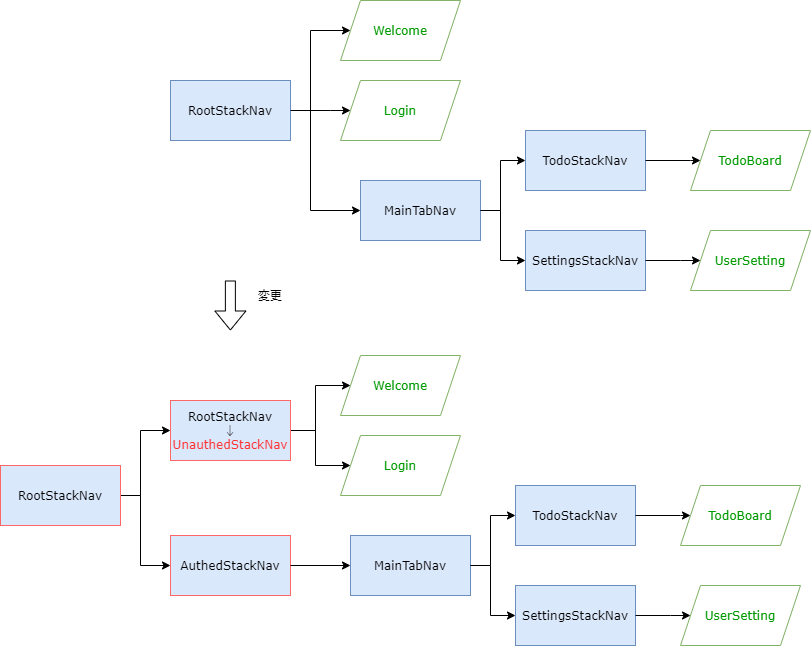
The draw.io diagram docs/react-native/learn/todo-app/app-hands-on/auth_flows.png in ws-4020/mobile-app-crib-notes, before a commit. Source tidied: cells renumbered, new cells last; positions are measured from the earlier drawing's top-left corner, leaving out a move shared by most shapes.
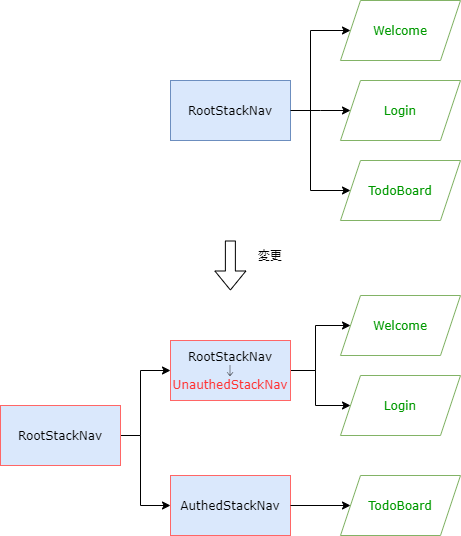
After the commit.

Change to the diagram source:
```diff
@@ -36,147 +36,64 @@
     <mxCell id="9" value="AuthedStackNav" style="rounded=0;whiteSpace=wrap;html=1;fillColor=#dae8fc;fontFamily=Verdana;strokeColor=#FF6666;" parent="1" vertex="1">
       <mxGeometry x="170" y="535" width="120" height="60" as="geometry" />
     </mxCell>
-    <mxCell id="10" style="edgeStyle=orthogonalEdgeStyle;rounded=0;jettySize=auto;html=1;fontFamily=Garamond;exitX=1;exitY=0.5;exitDx=0;exitDy=0;entryX=0;entryY=0.5;entryDx=0;entryDy=0;" parent="1" edge="1" source="9" target="30">
-      <mxGeometry relative="1" as="geometry" />
+    <mxCell id="10" style="edgeStyle=orthogonalEdgeStyle;rounded=0;jettySize=auto;html=1;fontFamily=Garamond;exitX=1;exitY=0.5;exitDx=0;exitDy=0;entryX=0;entryY=0.5;entryDx=0;entryDy=0;" parent="1" edge="1" source="9">
+      <mxGeometry relative="1" as="geometry">
+        <mxPoint x="350" y="565" as="targetPoint" />
+      </mxGeometry>
     </mxCell>
     <mxCell id="11" value="&lt;font color=&quot;#009900&quot;&gt;Login&lt;/font&gt;" style="shape=parallelogram;perimeter=parallelogramPerimeter;whiteSpace=wrap;html=1;fixedSize=1;strokeColor=#82b366;fillColor=#FFFFFF;fontFamily=Verdana;" parent="1" vertex="1">
       <mxGeometry x="340" y="435" width="120" height="60" as="geometry" />
     </mxCell>
     <mxCell id="12" style="shape=flexArrow;endArrow=classic;html=1;" parent="1" edge="1">
       <mxGeometry relative="1" as="geometry">
-        <mxPoint x="229.9" y="280" as="sourcePoint" />
-        <mxPoint x="229.9" y="330" as="targetPoint" />
+        <mxPoint x="229.9" y="300" as="sourcePoint" />
+        <mxPoint x="229.9" y="350" as="targetPoint" />
       </mxGeometry>
     </mxCell>
     <mxCell id="13" value="変更" style="text;html=1;strokeColor=none;fillColor=none;align=center;verticalAlign=middle;whiteSpace=wrap;rounded=0;" parent="1" vertex="1">
-      <mxGeometry x="250" y="285" width="40" height="20" as="geometry" />
+      <mxGeometry x="250" y="305" width="40" height="20" as="geometry" />
     </mxCell>
+    <mxCell id="35" value="&lt;font color=&quot;#009900&quot;&gt;TodoBoard&lt;/font&gt;" style="shape=parallelogram;perimeter=parallelogramPerimeter;whiteSpace=wrap;html=1;fixedSize=1;fillColor=#FFFFFF;fontFamily=Verdana;strokeColor=#82B366;" parent="1" vertex="1">
+      <mxGeometry x="340" y="535" width="120" height="60" as="geometry" />
+    </mxCell>
     <mxCell id="14" value="&lt;font color=&quot;#009900&quot;&gt;Welcome&lt;/font&gt;" style="shape=parallelogram;perimeter=parallelogramPerimeter;whiteSpace=wrap;html=1;fixedSize=1;strokeColor=#82b366;fillColor=#FFFFFF;fontFamily=Verdana;" parent="1" vertex="1">
-      <mxGeometry x="340" width="120" height="60" as="geometry" />
+      <mxGeometry x="340" y="60" width="120" height="60" as="geometry" />
     </mxCell>
-    <mxCell id="15" style="edgeStyle=orthogonalEdgeStyle;rounded=0;jettySize=auto;html=1;entryX=0;entryY=0.5;entryDx=0;entryDy=0;fontFamily=Garamond;" parent="1" edge="1" source="17" target="14">
-      <mxGeometry relative="1" as="geometry">
-        <Array as="points">
-          <mxPoint x="310" y="110" />
-          <mxPoint x="310" y="30" />
-        </Array>
-      </mxGeometry>
-    </mxCell>
-    <mxCell id="16" style="edgeStyle=orthogonalEdgeStyle;rounded=0;jettySize=auto;html=1;fontFamily=Garamond;entryX=0;entryY=0.5;entryDx=0;entryDy=0;" parent="1" edge="1" source="17" target="20">
-      <mxGeometry relative="1" as="geometry">
-        <Array as="points">
-          <mxPoint x="310" y="110" />
-          <mxPoint x="310" y="210" />
-        </Array>
-      </mxGeometry>
-    </mxCell>
+    <mxCell id="38" style="edgeStyle=orthogonalEdgeStyle;rounded=0;jettySize=auto;html=1;entryX=0;entryY=0.5;entryDx=0;entryDy=0;fontFamily=Garamond;" parent="1" edge="1" source="40" target="14">
+      <mxGeometry relative="1" as="geometry">
+        <Array as="points">
+          <mxPoint x="310" y="170" />
+          <mxPoint x="310" y="90" />
+        </Array>
+      </mxGeometry>
+    </mxCell>
+    <mxCell id="39" style="edgeStyle=orthogonalEdgeStyle;rounded=0;jettySize=auto;html=1;fontFamily=Garamond;entryX=0;entryY=0.5;entryDx=0;entryDy=0;" parent="1" edge="1" source="40" target="25">
+      <mxGeometry relative="1" as="geometry">
+        <Array as="points">
+          <mxPoint x="310" y="170" />
+          <mxPoint x="310" y="250" />
+        </Array>
+      </mxGeometry>
+    </mxCell>
+    <mxCell id="40" value="RootStackNav" style="rounded=0;whiteSpace=wrap;html=1;fontFamily=Garamond;fillColor=#dae8fc;strokeColor=#6C8EBF;" parent="1" vertex="1">
+      <mxGeometry x="170" y="140" width="120" height="60" as="geometry" />
+    </mxCell>
+    <mxCell id="25" value="&lt;font color=&quot;#009900&quot;&gt;TodoBoard&lt;/font&gt;" style="shape=parallelogram;perimeter=parallelogramPerimeter;whiteSpace=wrap;html=1;fixedSize=1;fillColor=#FFFFFF;fontFamily=Verdana;strokeColor=#82B366;" parent="1" vertex="1">
+      <mxGeometry x="340" y="220" width="120" height="60" as="geometry" />
+    </mxCell>
     <mxCell id="17" value="RootStackNav" style="rounded=0;whiteSpace=wrap;html=1;fontFamily=Verdana;fillColor=#dae8fc;strokeColor=#6C8EBF;" parent="1" vertex="1">
-      <mxGeometry x="170" y="80" width="120" height="60" as="geometry" />
+      <mxGeometry x="170" y="140" width="120" height="60" as="geometry" />
     </mxCell>
     <mxCell id="18" value="&lt;font color=&quot;#009900&quot;&gt;Login&lt;/font&gt;" style="shape=parallelogram;perimeter=parallelogramPerimeter;whiteSpace=wrap;html=1;fixedSize=1;strokeColor=#82b366;fillColor=#FFFFFF;fontFamily=Verdana;" parent="1" vertex="1">
-      <mxGeometry x="340" y="80" width="120" height="60" as="geometry" />
+      <mxGeometry x="340" y="140" width="120" height="60" as="geometry" />
     </mxCell>
-    <mxCell id="19" value="&lt;font color=&quot;#009900&quot;&gt;UserSetting&lt;/font&gt;" style="shape=parallelogram;perimeter=parallelogramPerimeter;whiteSpace=wrap;html=1;fixedSize=1;fillColor=#FFFFFF;fontFamily=Verdana;strokeColor=#82B366;" parent="1" vertex="1">
-      <mxGeometry x="690" y="230" width="120" height="60" as="geometry" />
-    </mxCell>
-    <mxCell id="20" value="MainTabNav" style="rounded=0;whiteSpace=wrap;html=1;fillColor=#dae8fc;fontFamily=Verdana;strokeColor=#6C8EBF;" parent="1" vertex="1">
-      <mxGeometry x="360" y="180" width="120" height="60" as="geometry" />
-    </mxCell>
-    <mxCell id="21" value="TodoStackNav" style="rounded=0;whiteSpace=wrap;html=1;fillColor=#dae8fc;fontFamily=Verdana;strokeColor=#6C8EBF;" parent="1" vertex="1">
-      <mxGeometry x="525" y="130" width="120" height="60" as="geometry" />
-    </mxCell>
-    <mxCell id="22" value="SettingsStackNav" style="rounded=0;whiteSpace=wrap;html=1;fillColor=#dae8fc;fontFamily=Verdana;strokeColor=#6C8EBF;" parent="1" vertex="1">
-      <mxGeometry x="525" y="230" width="120" height="60" as="geometry" />
-    </mxCell>
-    <mxCell id="23" style="edgeStyle=orthogonalEdgeStyle;rounded=0;jettySize=auto;html=1;fontFamily=Garamond;exitX=1;exitY=0.5;exitDx=0;exitDy=0;entryX=0;entryY=0.5;entryDx=0;entryDy=0;" parent="1" edge="1" source="20" target="21">
-      <mxGeometry relative="1" as="geometry">
-        <Array as="points">
-          <mxPoint x="500" y="210" />
-          <mxPoint x="500" y="160" />
-        </Array>
-      </mxGeometry>
-    </mxCell>
-    <mxCell id="24" style="edgeStyle=orthogonalEdgeStyle;rounded=0;jettySize=auto;html=1;fontFamily=Garamond;exitX=1;exitY=0.5;exitDx=0;exitDy=0;entryX=0;entryY=0.5;entryDx=0;entryDy=0;" parent="1" edge="1" source="20" target="22">
-      <mxGeometry relative="1" as="geometry">
-        <Array as="points">
-          <mxPoint x="500" y="210" />
-          <mxPoint x="500" y="260" />
-        </Array>
-      </mxGeometry>
-    </mxCell>
-    <mxCell id="25" value="&lt;font color=&quot;#009900&quot;&gt;TodoBoard&lt;/font&gt;" style="shape=parallelogram;perimeter=parallelogramPerimeter;whiteSpace=wrap;html=1;fixedSize=1;fillColor=#FFFFFF;fontFamily=Verdana;strokeColor=#82B366;" parent="1" vertex="1">
-      <mxGeometry x="690" y="130" width="120" height="60" as="geometry" />
-    </mxCell>
-    <mxCell id="26" style="edgeStyle=orthogonalEdgeStyle;rounded=0;jettySize=auto;html=1;fontFamily=Garamond;exitX=1;exitY=0.5;exitDx=0;exitDy=0;entryX=0;entryY=0.5;entryDx=0;entryDy=0;" parent="1" edge="1" source="21" target="25">
-      <mxGeometry relative="1" as="geometry">
-        <Array as="points">
-          <mxPoint x="690" y="160" />
-          <mxPoint x="690" y="160" />
-        </Array>
-      </mxGeometry>
-    </mxCell>
-    <mxCell id="27" style="edgeStyle=orthogonalEdgeStyle;rounded=0;jettySize=auto;html=1;fontFamily=Garamond;exitX=1;exitY=0.5;exitDx=0;exitDy=0;entryX=0;entryY=0.5;entryDx=0;entryDy=0;" parent="1" edge="1" source="22" target="19">
-      <mxGeometry relative="1" as="geometry">
-        <Array as="points">
-          <mxPoint x="680" y="260" />
-          <mxPoint x="680" y="260" />
-        </Array>
-      </mxGeometry>
-    </mxCell>
-    <mxCell id="28" style="edgeStyle=orthogonalEdgeStyle;rounded=0;jettySize=auto;html=1;entryX=0;entryY=0.5;entryDx=0;entryDy=0;fontFamily=Garamond;exitX=1;exitY=0.5;exitDx=0;exitDy=0;" parent="1" edge="1" source="17" target="18">
+    <mxCell id="28" style="edgeStyle=orthogonalEdgeStyle;rounded=0;jettySize=auto;html=1;fontFamily=Garamond;exitX=1;exitY=0.5;exitDx=0;exitDy=0;entryX=0;entryY=0.5;entryDx=0;entryDy=0;" parent="1" edge="1" source="17" target="18">
       <mxGeometry relative="1" as="geometry">
         <Array as="points">
-          <mxPoint x="330" y="110" />
-          <mxPoint x="330" y="110" />
+          <mxPoint x="320" y="170" />
+          <mxPoint x="320" y="170" />
         </Array>
       </mxGeometry>
     </mxCell>
-    <mxCell id="29" value="&lt;font color=&quot;#009900&quot;&gt;UserSetting&lt;/font&gt;" style="shape=parallelogram;perimeter=parallelogramPerimeter;whiteSpace=wrap;html=1;fixedSize=1;fillColor=#FFFFFF;fontFamily=Verdana;strokeColor=#82B366;" parent="1" vertex="1">
-      <mxGeometry x="680" y="585" width="120" height="60" as="geometry" />
-    </mxCell>
-    <mxCell id="30" value="MainTabNav" style="rounded=0;whiteSpace=wrap;html=1;fillColor=#dae8fc;fontFamily=Verdana;strokeColor=#6C8EBF;" parent="1" vertex="1">
-      <mxGeometry x="350" y="535" width="120" height="60" as="geometry" />
-    </mxCell>
-    <mxCell id="31" value="TodoStackNav" style="rounded=0;whiteSpace=wrap;html=1;fillColor=#dae8fc;fontFamily=Verdana;strokeColor=#6C8EBF;" parent="1" vertex="1">
-      <mxGeometry x="515" y="485" width="120" height="60" as="geometry" />
-    </mxCell>
-    <mxCell id="32" value="SettingsStackNav" style="rounded=0;whiteSpace=wrap;html=1;fillColor=#dae8fc;fontFamily=Verdana;strokeColor=#6C8EBF;" parent="1" vertex="1">
-      <mxGeometry x="515" y="585" width="120" height="60" as="geometry" />
-    </mxCell>
-    <mxCell id="33" style="edgeStyle=orthogonalEdgeStyle;rounded=0;jettySize=auto;html=1;fontFamily=Garamond;exitX=1;exitY=0.5;exitDx=0;exitDy=0;entryX=0;entryY=0.5;entryDx=0;entryDy=0;" parent="1" edge="1" source="30" target="31">
-      <mxGeometry relative="1" as="geometry">
-        <Array as="points">
-          <mxPoint x="490" y="565" />
-          <mxPoint x="490" y="515" />
-        </Array>
-      </mxGeometry>
-    </mxCell>
-    <mxCell id="34" style="edgeStyle=orthogonalEdgeStyle;rounded=0;jettySize=auto;html=1;fontFamily=Garamond;exitX=1;exitY=0.5;exitDx=0;exitDy=0;entryX=0;entryY=0.5;entryDx=0;entryDy=0;" parent="1" edge="1" source="30" target="32">
-      <mxGeometry relative="1" as="geometry">
-        <Array as="points">
-          <mxPoint x="490" y="565" />
-          <mxPoint x="490" y="615" />
-        </Array>
-      </mxGeometry>
-    </mxCell>
-    <mxCell id="35" value="&lt;font color=&quot;#009900&quot;&gt;TodoBoard&lt;/font&gt;" style="shape=parallelogram;perimeter=parallelogramPerimeter;whiteSpace=wrap;html=1;fixedSize=1;fillColor=#FFFFFF;fontFamily=Verdana;strokeColor=#82B366;" parent="1" vertex="1">
-      <mxGeometry x="680" y="485" width="120" height="60" as="geometry" />
-    </mxCell>
-    <mxCell id="36" style="edgeStyle=orthogonalEdgeStyle;rounded=0;jettySize=auto;html=1;fontFamily=Garamond;exitX=1;exitY=0.5;exitDx=0;exitDy=0;entryX=0;entryY=0.5;entryDx=0;entryDy=0;" parent="1" edge="1" source="31" target="35">
-      <mxGeometry relative="1" as="geometry">
-        <Array as="points">
-          <mxPoint x="680" y="515" />
-          <mxPoint x="680" y="515" />
-        </Array>
-      </mxGeometry>
-    </mxCell>
-    <mxCell id="37" style="edgeStyle=orthogonalEdgeStyle;rounded=0;jettySize=auto;html=1;fontFamily=Garamond;exitX=1;exitY=0.5;exitDx=0;exitDy=0;entryX=0;entryY=0.5;entryDx=0;entryDy=0;" parent="1" edge="1" source="32" target="29">
-      <mxGeometry relative="1" as="geometry">
-        <Array as="points">
-          <mxPoint x="670" y="615" />
-          <mxPoint x="670" y="615" />
-        </Array>
-      </mxGeometry>
-    </mxCell>
   </root>
 </mxGraphModel>
```
